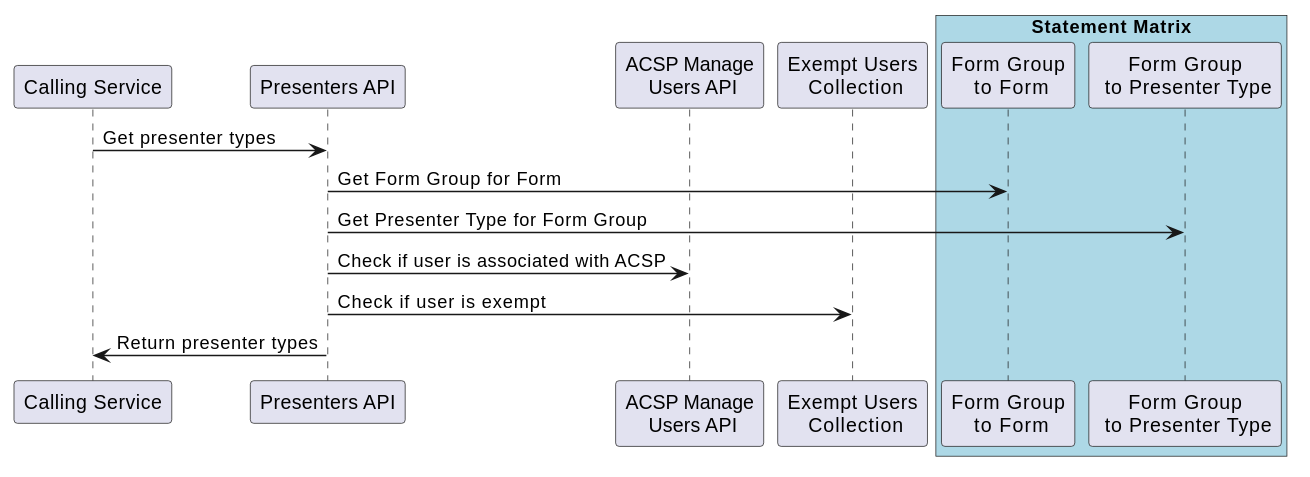
This is docs/statement-matrix-docs/plant-uml/Get Presenter Types.svg from companieshouse/presenters-api, a PlantUML export, as it was before one commit.
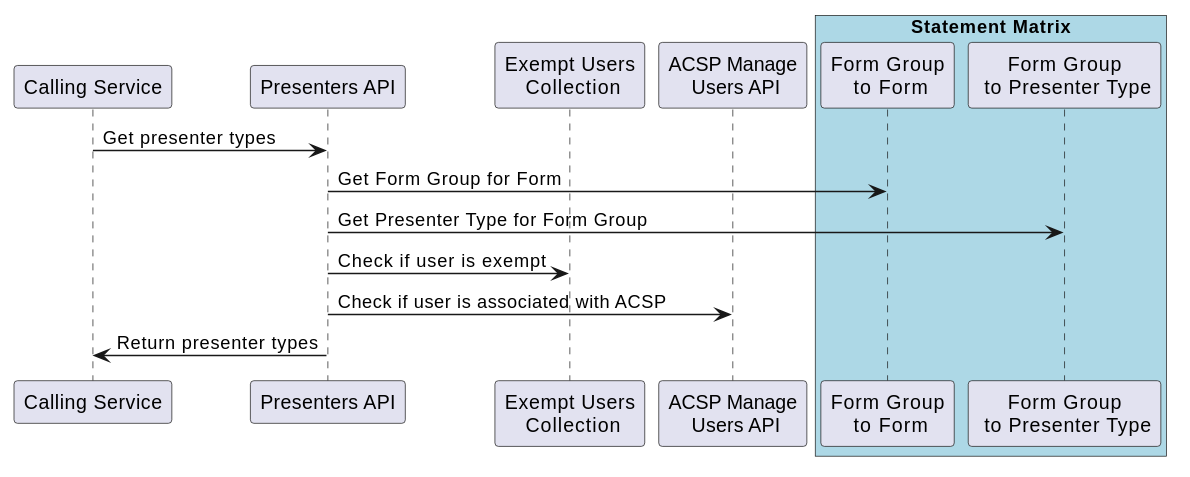
Later version of the same file.

Commit message:
reorder calls to exempt user collection and acsp api

What changed in the source:
```diff
@@ -1,8 +1,8 @@
 @startuml
 participant "Calling Service" as Web
 participant "Presenters API" as PresentersAPI
+participant "Exempt Users\n Collection" as ExemptUsersCollection
 participant "ACSP Manage\n Users API" as ACSPAPI
-participant "Exempt Users\n Collection" as ExemptUsersCollection
 box "Statement Matrix" #LightBlue
     participant "Form Group\n to Form" as FormGroupToForm
     participant "Form Group\n to Presenter Type" as FormGroupToPresenterType
@@ -11,7 +11,7 @@
 Web -> PresentersAPI: Get presenter types
 PresentersAPI -> FormGroupToForm: Get Form Group for Form
 PresentersAPI -> FormGroupToPresenterType: Get Presenter Type for Form Group
+PresentersAPI -> ExemptUsersCollection: Check if user is exempt
 PresentersAPI -> ACSPAPI: Check if user is associated with ACSP
-PresentersAPI -> ExemptUsersCollection: Check if user is exempt
 PresentersAPI -> Web: Return presenter types
 @enduml
```
